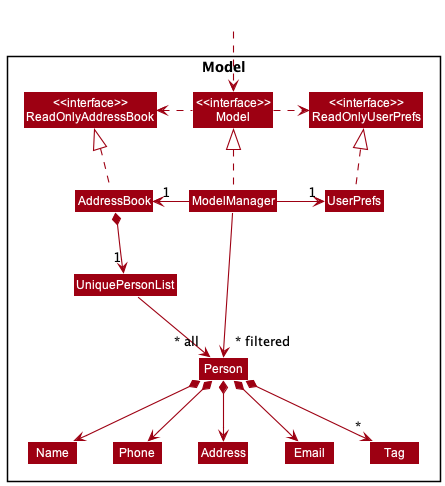
Above: docs/images/ModelClassDiagram.png in nus-cs2103-AY2223S1/tp (PlantUML), before the change.
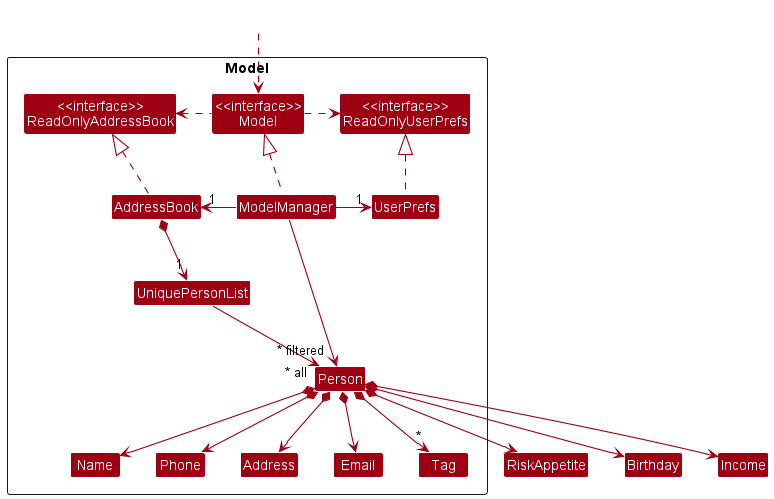
After the change.

What changed in the source:
```diff
@@ -41,6 +41,9 @@
 Person *--> Email
 Person *--> Address
 Person *--> "*" Tag
+Person *--> RiskAppetite
+Person *--> Birthday
+Person *--> Income
 
 Name -[hidden]right-> Phone
 Phone -[hidden]right-> Address
```
